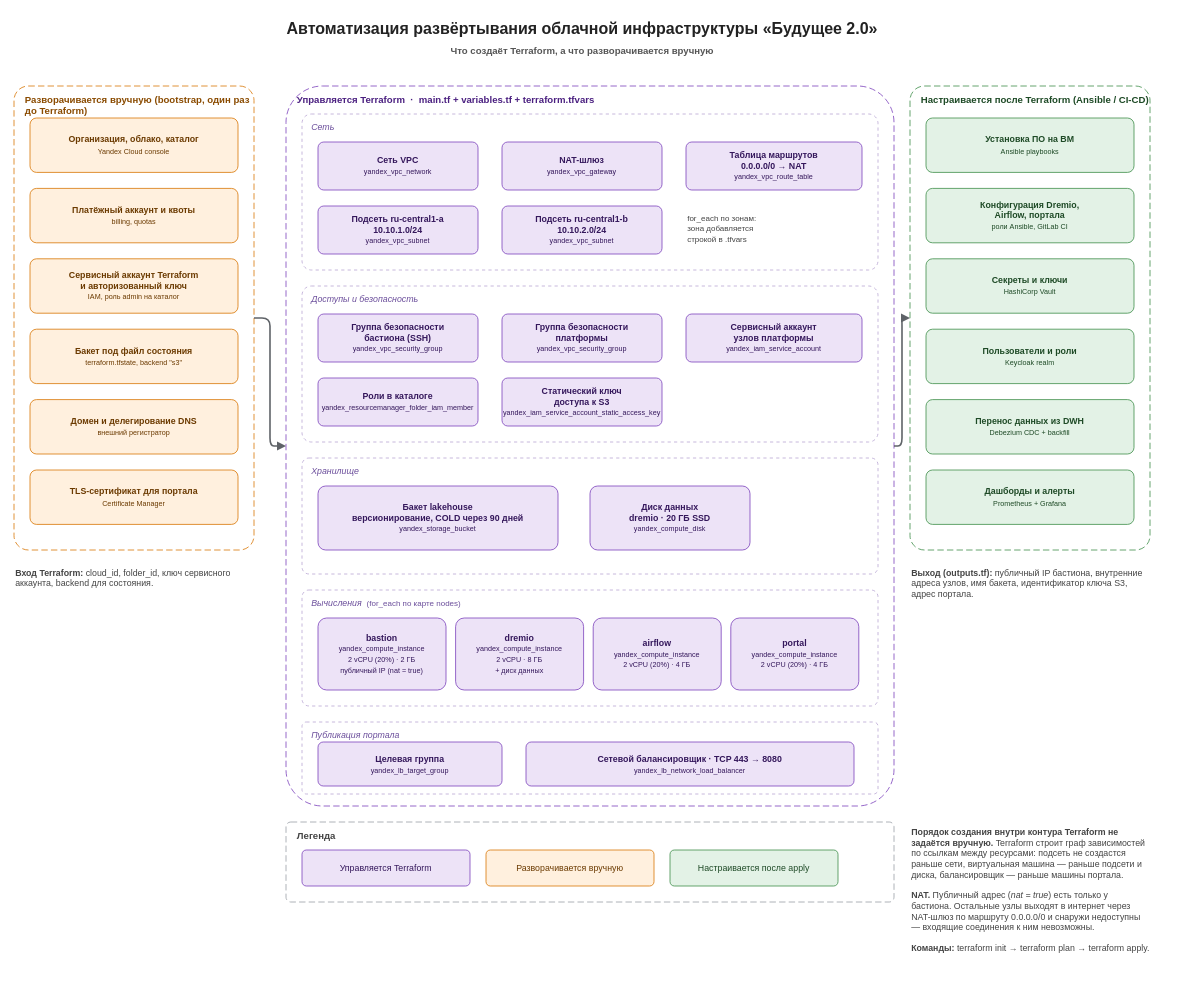
The draw.io diagram Task4/diagram.drawio in Alteracia/practicum_future_2_0, before the edit. Source tidied: cells renumbered, new cells numbered last; positions are measured from the earlier drawing's top-left corner, leaving out a move shared by most shapes. Both pictures are drawn from the tidied source at 80%, with x=0, y=0 at pixel (14, 14). Pictures stored in the file or linked from it are replaced by grey dashed boxes.
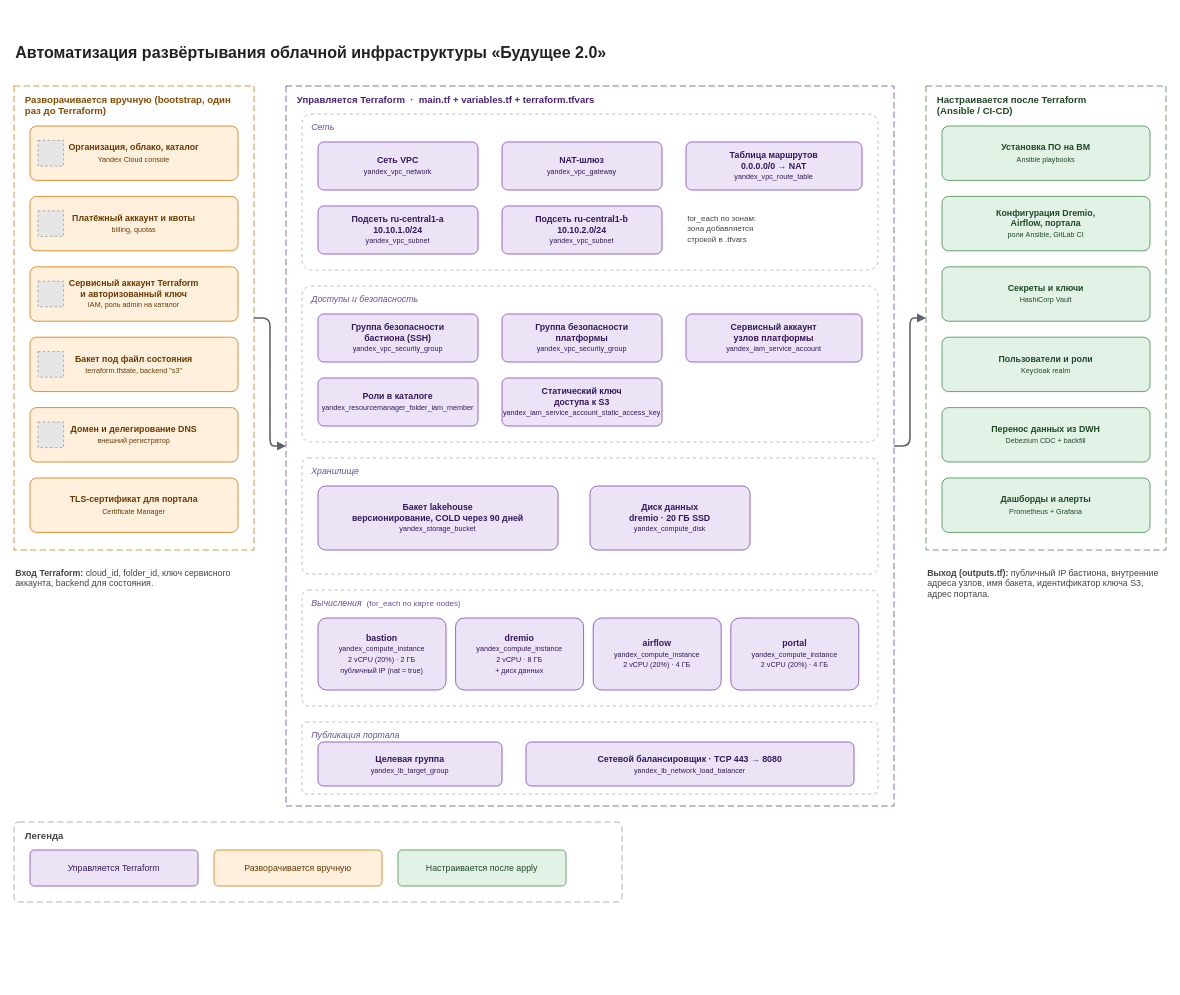
The same page after the edit.

Commit message (it also covers changes not shown here):
Task4 terraform

Change to the diagram source:
```diff
@@
-    <mxCell id="2" value="Автоматизация развёртывания облачной инфраструктуры «Будущее&amp;nbsp;2.0»&lt;br&gt;&lt;font style=&quot;font-size:12px;color:#555555&quot;&gt;Что создаёт Terraform, а что разворачивается вручную&lt;/font&gt;" style="text;html=1;align=center;verticalAlign=middle;fontSize=20;fontStyle=1;fontColor=#222222;" parent="1" vertex="1">
-      <mxGeometry width="1420" height="60" as="geometry" />
+    <mxCell id="2" value="Автоматизация развёртывания облачной инфраструктуры «Будущее&amp;nbsp;2.0»&lt;div&gt;&lt;br/&gt;&lt;/div&gt;" style="text;html=1;align=left;verticalAlign=middle;fontSize=20;fontStyle=1;fontColor=#222222;" parent="1" vertex="1">
+      <mxGeometry y="30" width="1420" height="60" as="geometry" />
     </mxCell>
-    <mxCell id="3" value="Разворачивается вручную (bootstrap, один раз до Terraform)" style="rounded=1;whiteSpace=wrap;html=1;fillColor=none;strokeColor=#D97706;dashed=1;dashPattern=8 4;verticalAlign=top;align=left;spacingLeft=12;spacingTop=4;fontStyle=1;fontSize=12;fontColor=#8A4B00;arcSize=6;" parent="1" vertex="1">
+    <mxCell id="3" value="Разворачивается вручную (bootstrap, один&amp;nbsp;&lt;div&gt;раз до Terraform)&lt;/div&gt;" style="rounded=0;whiteSpace=wrap;html=1;fillColor=none;strokeColor=#D97706;dashed=1;dashPattern=8 4;verticalAlign=top;align=left;spacingLeft=12;spacingTop=4;fontStyle=1;fontSize=12;fontColor=#8A4B00;arcSize=6;" parent="1" vertex="1">
       <mxGeometry y="90" width="300" height="580" as="geometry" />
     </mxCell>
     <mxCell id="4" value="&lt;b&gt;Организация, облако, каталог&lt;/b&gt;&lt;br&gt;&lt;font style=&quot;font-size:9px&quot;&gt;Yandex Cloud console&lt;/font&gt;" style="rounded=1;whiteSpace=wrap;html=1;fillColor=#FFF0DE;strokeColor=#D97706;fontColor=#6B3A00;arcSize=12;fontSize=11;" parent="1" vertex="1">
-      <mxGeometry x="20" y="130" width="260" height="68" as="geometry" />
+      <mxGeometry x="20" y="140" width="260" height="68" as="geometry" />
     </mxCell>
     <mxCell id="5" value="&lt;b&gt;Платёжный аккаунт и квоты&lt;/b&gt;&lt;br&gt;&lt;font style=&quot;font-size:9px&quot;&gt;billing, quotas&lt;/font&gt;" style="rounded=1;whiteSpace=wrap;html=1;fillColor=#FFF0DE;strokeColor=#D97706;fontColor=#6B3A00;arcSize=12;fontSize=11;" parent="1" vertex="1">
-      <mxGeometry x="20" y="218" width="260" height="68" as="geometry" />
+      <mxGeometry x="20" y="228" width="260" height="68" as="geometry" />
     </mxCell>
     <mxCell id="6" value="&lt;b&gt;Сервисный аккаунт Terraform&lt;br&gt;и авторизованный ключ&lt;/b&gt;&lt;br&gt;&lt;font style=&quot;font-size:9px&quot;&gt;IAM, роль admin на каталог&lt;/font&gt;" style="rounded=1;whiteSpace=wrap;html=1;fillColor=#FFF0DE;strokeColor=#D97706;fontColor=#6B3A00;arcSize=12;fontSize=11;" parent="1" vertex="1">
-      <mxGeometry x="20" y="306" width="260" height="68" as="geometry" />
+      <mxGeometry x="20" y="316" width="260" height="68" as="geometry" />
     </mxCell>
     <mxCell id="7" value="&lt;b&gt;Бакет под файл состояния&lt;/b&gt;&lt;br&gt;&lt;font style=&quot;font-size:9px&quot;&gt;terraform.tfstate, backend &quot;s3&quot;&lt;/font&gt;" style="rounded=1;whiteSpace=wrap;html=1;fillColor=#FFF0DE;strokeColor=#D97706;fontColor=#6B3A00;arcSize=12;fontSize=11;" parent="1" vertex="1">
-      <mxGeometry x="20" y="394" width="260" height="68" as="geometry" />
+      <mxGeometry x="20" y="404" width="260" height="68" as="geometry" />
     </mxCell>
     <mxCell id="8" value="&lt;b&gt;Домен и делегирование DNS&lt;/b&gt;&lt;br&gt;&lt;font style=&quot;font-size:9px&quot;&gt;внешний регистратор&lt;/font&gt;" style="rounded=1;whiteSpace=wrap;html=1;fillColor=#FFF0DE;strokeColor=#D97706;fontColor=#6B3A00;arcSize=12;fontSize=11;" parent="1" vertex="1">
-      <mxGeometry x="20" y="482" width="260" height="68" as="geometry" />
+      <mxGeometry x="20" y="492" width="260" height="68" as="geometry" />
     </mxCell>
     <mxCell id="9" value="&lt;b&gt;TLS-сертификат для портала&lt;/b&gt;&lt;br&gt;&lt;font style=&quot;font-size:9px&quot;&gt;Certificate Manager&lt;/font&gt;" style="rounded=1;whiteSpace=wrap;html=1;fillColor=#FFF0DE;strokeColor=#D97706;fontColor=#6B3A00;arcSize=12;fontSize=11;" parent="1" vertex="1">
-      <mxGeometry x="20" y="570" width="260" height="68" as="geometry" />
+      <mxGeometry x="20" y="580" width="260" height="68" as="geometry" />
     </mxCell>
-    <mxCell id="10" value="Управляется Terraform&amp;nbsp;&amp;nbsp;·&amp;nbsp;&amp;nbsp;main.tf + variables.tf + terraform.tfvars" style="rounded=1;whiteSpace=wrap;html=1;fillColor=none;strokeColor=#7B42BC;dashed=1;dashPattern=8 4;verticalAlign=top;align=left;spacingLeft=12;spacingTop=4;fontStyle=1;fontSize=12;fontColor=#4B2080;arcSize=6;" parent="1" vertex="1">
+    <mxCell id="10" value="Управляется Terraform&amp;nbsp;&amp;nbsp;·&amp;nbsp;&amp;nbsp;main.tf + variables.tf + terraform.tfvars" style="rounded=0;whiteSpace=wrap;html=1;fillColor=none;strokeColor=#7B42BC;dashed=1;dashPattern=8 4;verticalAlign=top;align=left;spacingLeft=12;spacingTop=4;fontStyle=1;fontSize=12;fontColor=#4B2080;arcSize=6;" parent="1" vertex="1">
       <mxGeometry x="340" y="90" width="760" height="900" as="geometry" />
     </mxCell>
@@
-    <mxCell id="35" value="Настраивается после Terraform (Ansible / CI-CD)" style="rounded=1;whiteSpace=wrap;html=1;fillColor=none;strokeColor=#3F8F4B;dashed=1;dashPattern=8 4;verticalAlign=top;align=left;spacingLeft=12;spacingTop=4;fontStyle=1;fontSize=12;fontColor=#1E4A26;arcSize=6;" parent="1" vertex="1">
-      <mxGeometry x="1120" y="90" width="300" height="580" as="geometry" />
+    <mxCell id="35" value="Настраивается после Terraform&amp;nbsp;&lt;div&gt;(Ansible / CI-CD)&lt;/div&gt;" style="rounded=0;whiteSpace=wrap;html=1;fillColor=none;strokeColor=#3F8F4B;dashed=1;dashPattern=8 4;verticalAlign=top;align=left;spacingLeft=12;spacingTop=4;fontStyle=1;fontSize=12;fontColor=#1E4A26;arcSize=6;" parent="1" vertex="1">
+      <mxGeometry x="1140" y="90" width="300" height="580" as="geometry" />
     </mxCell>
     <mxCell id="36" value="&lt;b&gt;Установка ПО на ВМ&lt;/b&gt;&lt;br&gt;&lt;font style=&quot;font-size:9px&quot;&gt;Ansible playbooks&lt;/font&gt;" style="rounded=1;whiteSpace=wrap;html=1;fillColor=#E3F2E6;strokeColor=#3F8F4B;fontColor=#1E4A26;arcSize=12;fontSize=11;" parent="1" vertex="1">
-      <mxGeometry x="1140" y="130" width="260" height="68" as="geometry" />
+      <mxGeometry x="1160" y="140" width="260" height="68" as="geometry" />
     </mxCell>
     <mxCell id="37" value="&lt;b&gt;Конфигурация Dremio,&lt;br&gt;Airflow, портала&lt;/b&gt;&lt;br&gt;&lt;font style=&quot;font-size:9px&quot;&gt;роли Ansible, GitLab CI&lt;/font&gt;" style="rounded=1;whiteSpace=wrap;html=1;fillColor=#E3F2E6;strokeColor=#3F8F4B;fontColor=#1E4A26;arcSize=12;fontSize=11;" parent="1" vertex="1">
-      <mxGeometry x="1140" y="218" width="260" height="68" as="geometry" />
+      <mxGeometry x="1160" y="228" width="260" height="68" as="geometry" />
     </mxCell>
     <mxCell id="38" value="&lt;b&gt;Секреты и ключи&lt;/b&gt;&lt;br&gt;&lt;font style=&quot;font-size:9px&quot;&gt;HashiCorp Vault&lt;/font&gt;" style="rounded=1;whiteSpace=wrap;html=1;fillColor=#E3F2E6;strokeColor=#3F8F4B;fontColor=#1E4A26;arcSize=12;fontSize=11;" parent="1" vertex="1">
-      <mxGeometry x="1140" y="306" width="260" height="68" as="geometry" />
+      <mxGeometry x="1160" y="316" width="260" height="68" as="geometry" />
     </mxCell>
     <mxCell id="39" value="&lt;b&gt;Пользователи и роли&lt;/b&gt;&lt;br&gt;&lt;font style=&quot;font-size:9px&quot;&gt;Keycloak realm&lt;/font&gt;" style="rounded=1;whiteSpace=wrap;html=1;fillColor=#E3F2E6;strokeColor=#3F8F4B;fontColor=#1E4A26;arcSize=12;fontSize=11;" parent="1" vertex="1">
-      <mxGeometry x="1140" y="394" width="260" height="68" as="geometry" />
+      <mxGeometry x="1160" y="404" width="260" height="68" as="geometry" />
     </mxCell>
     <mxCell id="40" value="&lt;b&gt;Перенос данных из DWH&lt;/b&gt;&lt;br&gt;&lt;font style=&quot;font-size:9px&quot;&gt;Debezium CDC + backfill&lt;/font&gt;" style="rounded=1;whiteSpace=wrap;html=1;fillColor=#E3F2E6;strokeColor=#3F8F4B;fontColor=#1E4A26;arcSize=12;fontSize=11;" parent="1" vertex="1">
-      <mxGeometry x="1140" y="482" width="260" height="68" as="geometry" />
+      <mxGeometry x="1160" y="492" width="260" height="68" as="geometry" />
     </mxCell>
     <mxCell id="41" value="&lt;b&gt;Дашборды и алерты&lt;/b&gt;&lt;br&gt;&lt;font style=&quot;font-size:9px&quot;&gt;Prometheus + Grafana&lt;/font&gt;" style="rounded=1;whiteSpace=wrap;html=1;fillColor=#E3F2E6;strokeColor=#3F8F4B;fontColor=#1E4A26;arcSize=12;fontSize=11;" parent="1" vertex="1">
-      <mxGeometry x="1140" y="570" width="260" height="68" as="geometry" />
+      <mxGeometry x="1160" y="580" width="260" height="68" as="geometry" />
     </mxCell>
@@
     <mxCell id="45" value="&lt;b&gt;Выход (outputs.tf):&lt;/b&gt; публичный IP бастиона, внутренние адреса узлов, имя бакета, идентификатор ключа S3, адрес портала." style="text;html=1;align=left;verticalAlign=top;fontSize=11;fontColor=#444444;whiteSpace=wrap;" parent="1" vertex="1">
-      <mxGeometry x="1120" y="686" width="300" height="70" as="geometry" />
+      <mxGeometry x="1140" y="686" width="300" height="70" as="geometry" />
     </mxCell>
     <mxCell id="46" value="Легенда" style="rounded=1;whiteSpace=wrap;html=1;fillColor=none;strokeColor=#9AA0A6;dashed=1;dashPattern=8 4;verticalAlign=top;align=left;spacingLeft=12;spacingTop=4;fontStyle=1;fontSize=12;fontColor=#444444;arcSize=6;" parent="1" vertex="1">
-      <mxGeometry x="340" y="1010" width="760" height="100" as="geometry" />
+      <mxGeometry y="1010" width="760" height="100" as="geometry" />
     </mxCell>
     <mxCell id="47" value="Управляется Terraform" style="rounded=1;whiteSpace=wrap;html=1;fillColor=#EDE3F7;strokeColor=#7B42BC;fontColor=#35185C;arcSize=12;fontSize=11;" parent="1" vertex="1">
-      <mxGeometry x="360" y="1045" width="210" height="45" as="geometry" />
+      <mxGeometry x="20" y="1045" width="210" height="45" as="geometry" />
     </mxCell>
     <mxCell id="48" value="Разворачивается вручную" style="rounded=1;whiteSpace=wrap;html=1;fillColor=#FFF0DE;strokeColor=#D97706;fontColor=#6B3A00;arcSize=12;fontSize=11;" parent="1" vertex="1">
-      <mxGeometry x="590" y="1045" width="210" height="45" as="geometry" />
+      <mxGeometry x="250" y="1045" width="210" height="45" as="geometry" />
     </mxCell>
     <mxCell id="49" value="Настраивается после apply" style="rounded=1;whiteSpace=wrap;html=1;fillColor=#E3F2E6;strokeColor=#3F8F4B;fontColor=#1E4A26;arcSize=12;fontSize=11;" parent="1" vertex="1">
-      <mxGeometry x="820" y="1045" width="210" height="45" as="geometry" />
+      <mxGeometry x="480" y="1045" width="210" height="45" as="geometry" />
     </mxCell>
-    <mxCell id="50" value="&lt;b&gt;Порядок создания внутри контура Terraform не задаётся вручную.&lt;/b&gt; Terraform строит граф зависимостей по ссылкам между ресурсами: подсеть не создастся раньше сети, виртуальная машина — раньше подсети и диска, балансировщик — раньше машины портала.&lt;br&gt;&lt;br&gt;&lt;b&gt;NAT.&lt;/b&gt; Публичный адрес (&lt;i&gt;nat = true&lt;/i&gt;) есть только у бастиона. Остальные узлы выходят в интернет через NAT-шлюз по маршруту 0.0.0.0/0 и снаружи недоступны — входящие соединения к ним невозможны.&lt;br&gt;&lt;br&gt;&lt;b&gt;Команды:&lt;/b&gt; terraform init → terraform plan → terraform apply." style="text;html=1;align=left;verticalAlign=top;fontSize=11;fontColor=#444444;whiteSpace=wrap;" parent="1" vertex="1">
-      <mxGeometry x="1120" y="1010" width="300" height="200" as="geometry" />
-    </mxCell>
+    <mxCell id="51" style="fillColor=#E6E6E6;strokeColor=#999999;dashed=1;verticalLabelPosition=bottom;verticalAlign=top;" parent="1" vertex="1">
+      <mxGeometry x="30" y="158" width="32" height="32" as="geometry" />
+    </mxCell>
+    <mxCell id="52" style="fillColor=#E6E6E6;strokeColor=#999999;dashed=1;verticalLabelPosition=bottom;verticalAlign=top;" parent="1" vertex="1">
+      <mxGeometry x="30" y="246" width="32" height="32" as="geometry" />
+    </mxCell>
+    <mxCell id="53" style="fillColor=#E6E6E6;strokeColor=#999999;dashed=1;verticalLabelPosition=bottom;verticalAlign=top;" parent="1" vertex="1">
+      <mxGeometry x="30" y="334" width="32" height="32" as="geometry" />
+    </mxCell>
+    <mxCell id="54" style="fillColor=#E6E6E6;strokeColor=#999999;dashed=1;verticalLabelPosition=bottom;verticalAlign=top;" parent="1" vertex="1">
+      <mxGeometry x="30" y="422" width="32" height="32" as="geometry" />
+    </mxCell>
+    <mxCell id="55" style="fillColor=#E6E6E6;strokeColor=#999999;dashed=1;verticalLabelPosition=bottom;verticalAlign=top;" parent="1" vertex="1">
+      <mxGeometry x="30" y="510" width="32" height="32" as="geometry" />
+    </mxCell>
```
